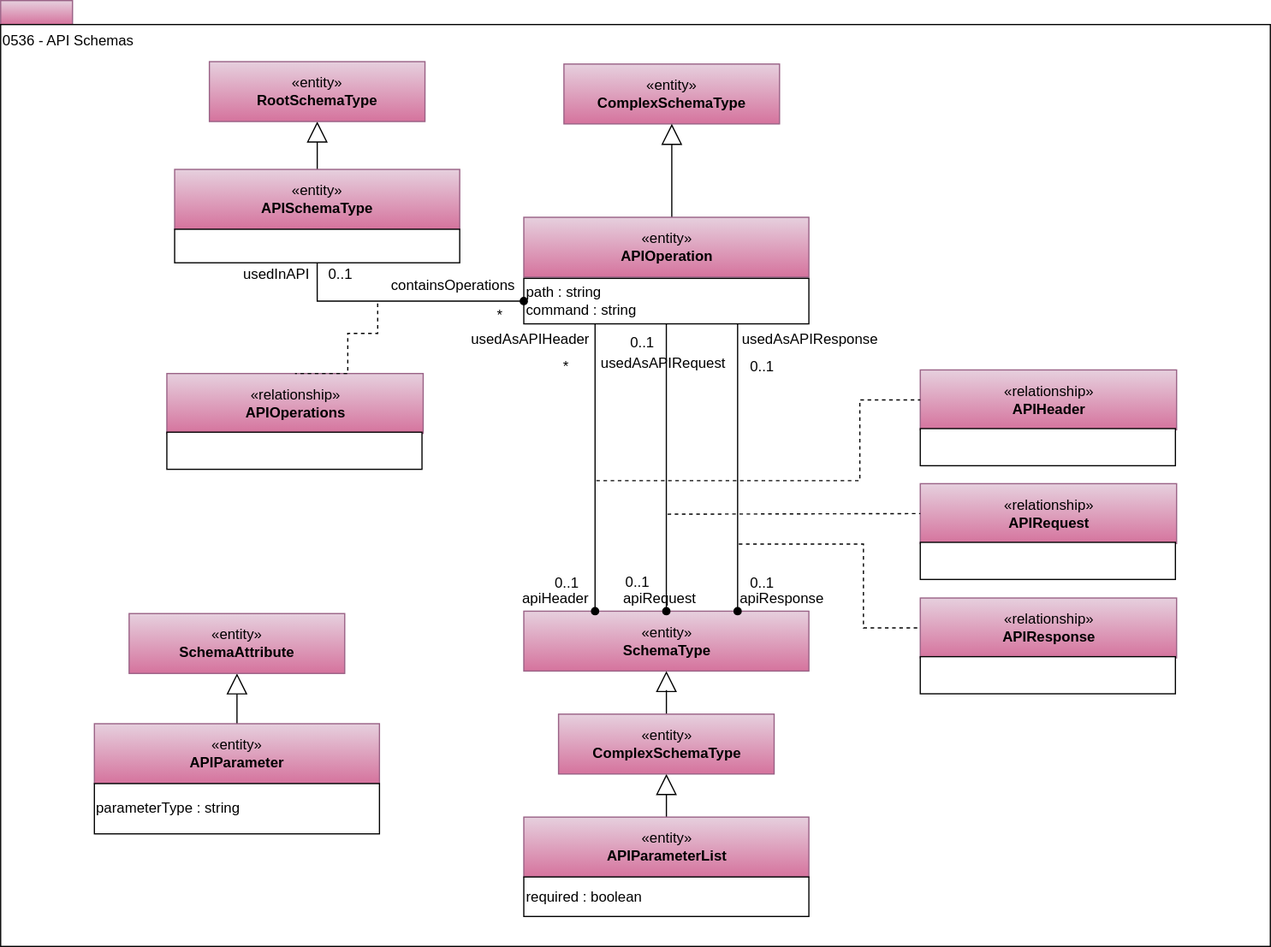
Before: site/docs/types/5/0536-API-Schemas.svg, a diagram exported from draw.io (odpi/egeria-docs). Source tidied: cells renumbered, new cells last; positions are measured from the earlier drawing's top-left corner, leaving out a move shared by most shapes.
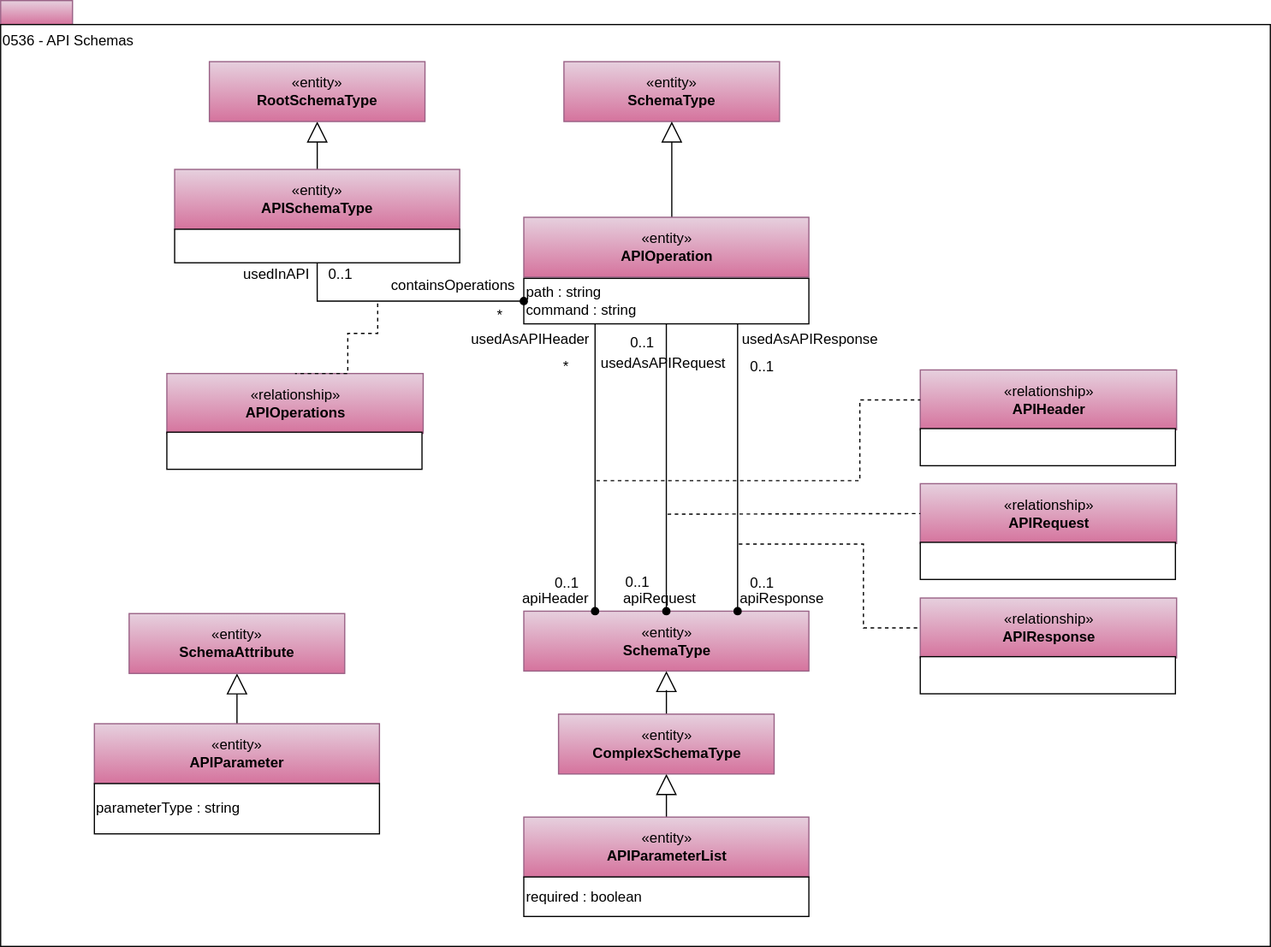
The same file after the commit.

The edit, as a diff of the source:
```diff
@@ -17,8 +17,8 @@
     <mxCell id="6" style="rounded=0;whiteSpace=wrap;html=1;strokeColor=#000000;gradientColor=#ffffff;align=left;" parent="1" vertex="1">
       <mxGeometry x="145.2" y="191" width="238" height="28" as="geometry" />
     </mxCell>
-    <mxCell id="7" value="«entity»&lt;br&gt;&lt;b&gt;ComplexSchemaType&lt;/b&gt;" style="html=1;strokeColor=#996185;align=center;fillColor=#e6d0de;gradientColor=#d5739d;" parent="1" vertex="1">
-      <mxGeometry x="470.2" y="53" width="180" height="50" as="geometry" />
+    <mxCell id="7" value="«entity»&lt;br&gt;&lt;b&gt;SchemaType&lt;/b&gt;" style="html=1;strokeColor=#996185;align=center;fillColor=#e6d0de;gradientColor=#d5739d;" parent="1" vertex="1">
+      <mxGeometry x="470.2" y="51" width="180" height="50" as="geometry" />
     </mxCell>
     <mxCell id="8" style="edgeStyle=orthogonalEdgeStyle;rounded=0;jettySize=auto;html=1;endArrow=block;endFill=0;endSize=15;" parent="1" edge="1" source="9" target="7">
       <mxGeometry relative="1" as="geometry">
```
